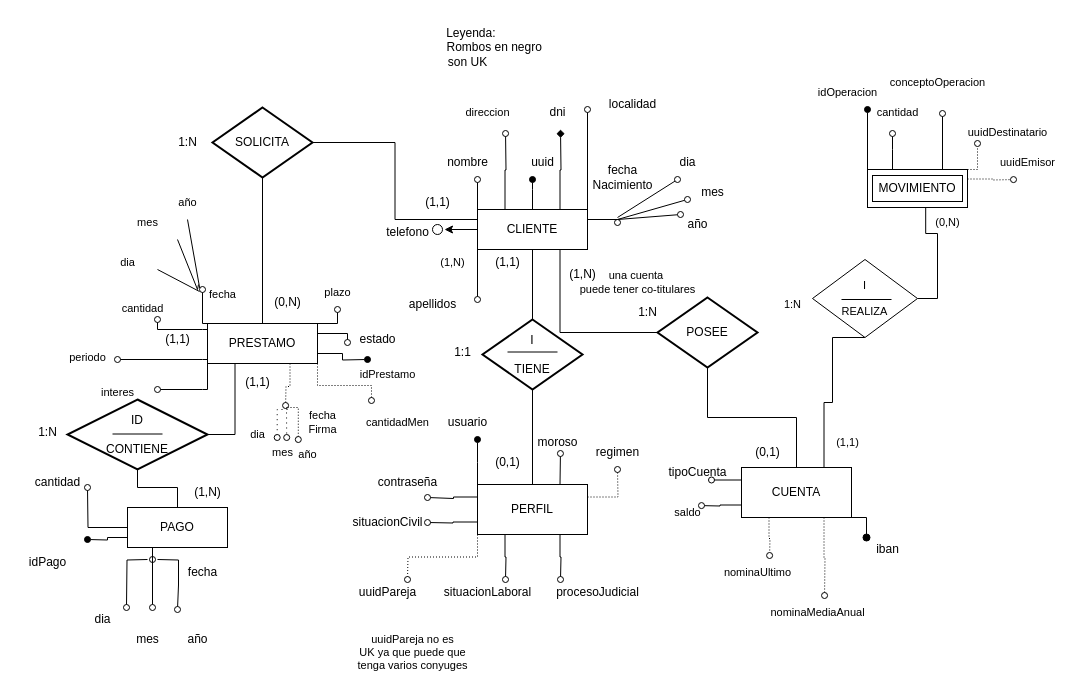
Above: DIAGRAMA ER.drawio in Kangelx/Equipo3 (draw.io), before the change. Source tidied: cells renumbered, new cells numbered last; positions are measured from the earlier drawing's top-left corner, leaving out a move shared by most shapes. Both pictures are drawn from the tidied source at 100%, with x=0, y=0 at pixel (17, 17).
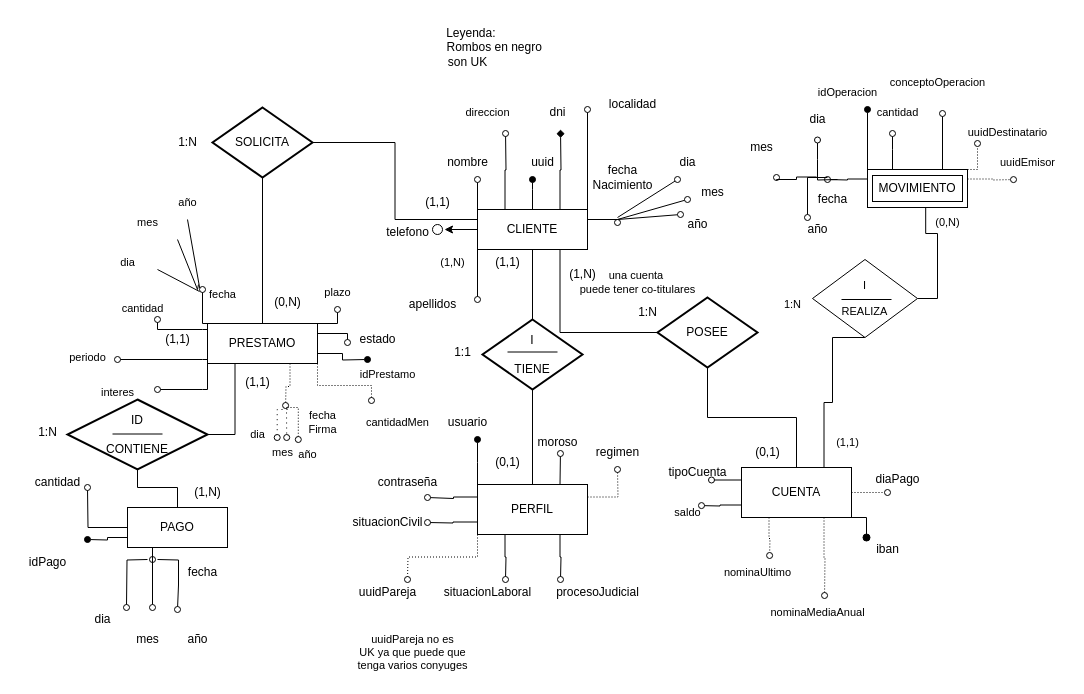
Above is the later version.

Unchanged cells that the change refers to:
```xml
<mxCell id="59" value="CUENTA" style="html=1;whiteSpace=wrap;" parent="1" vertex="1">
  <mxGeometry x="724" y="450" width="110" height="50" as="geometry" />
</mxCell>
<mxCell id="77" value="MOVIMIENTO" style="html=1;whiteSpace=wrap;" parent="1" vertex="1">
  <mxGeometry x="850" y="152" width="100" height="38" as="geometry" />
</mxCell>
```

Diff of the diagram source:
```diff
@@
+    <mxCell id="148" style="edgeStyle=orthogonalEdgeStyle;rounded=0;jettySize=auto;html=1;exitX=0;exitY=0.25;exitDx=0;exitDy=0;endArrow=oval;endFill=0;" parent="1" edge="1" source="77">
+      <mxGeometry relative="1" as="geometry">
+        <mxPoint x="810" y="162" as="targetPoint" />
+      </mxGeometry>
+    </mxCell>
@@
+    <mxCell id="149" value="fecha" style="text;html=1;align=center;verticalAlign=middle;strokeColor=none;fillColor=none;" parent="1" vertex="1">
+      <mxGeometry x="795" y="172" width="40" height="20" as="geometry" />
+    </mxCell>
+    <mxCell id="150" style="edgeStyle=orthogonalEdgeStyle;rounded=0;orthogonalLoop=1;jettySize=auto;html=1;endArrow=oval;endFill=0;" parent="1" edge="1">
+      <mxGeometry relative="1" as="geometry">
+        <mxPoint x="810" y="160" as="sourcePoint" />
+        <mxPoint x="790" y="200" as="targetPoint" />
+        <Array as="points">
+          <mxPoint x="790" y="160" />
+          <mxPoint x="790" y="200" />
+        </Array>
+      </mxGeometry>
+    </mxCell>
+    <mxCell id="151" value="año" style="text;html=1;align=center;verticalAlign=middle;strokeColor=none;fillColor=none;" parent="1" vertex="1">
+      <mxGeometry x="780" y="202" width="40" height="20" as="geometry" />
+    </mxCell>
+    <mxCell id="152" style="edgeStyle=orthogonalEdgeStyle;rounded=0;orthogonalLoop=1;jettySize=auto;html=1;endArrow=oval;endFill=0;" parent="1" edge="1">
+      <mxGeometry relative="1" as="geometry">
+        <mxPoint x="820" y="162" as="sourcePoint" />
+        <mxPoint x="800" y="122.5" as="targetPoint" />
+      </mxGeometry>
+    </mxCell>
+    <mxCell id="153" style="edgeStyle=orthogonalEdgeStyle;rounded=0;orthogonalLoop=1;jettySize=auto;html=1;exitX=0;exitY=0.25;exitDx=0;exitDy=0;endArrow=oval;endFill=0;" parent="1" edge="1">
+      <mxGeometry relative="1" as="geometry">
+        <mxPoint x="799" y="159.5" as="sourcePoint" />
+        <mxPoint x="759" y="160" as="targetPoint" />
+        <Array as="points">
+          <mxPoint x="779" y="160" />
+          <mxPoint x="779" y="162" />
+          <mxPoint x="759" y="162" />
+        </Array>
+      </mxGeometry>
+    </mxCell>
+    <mxCell id="154" value="mes" style="text;html=1;align=center;verticalAlign=middle;strokeColor=none;fillColor=none;" parent="1" vertex="1">
+      <mxGeometry x="724" y="120" width="40" height="20" as="geometry" />
+    </mxCell>
+    <mxCell id="155" value="dia" style="text;html=1;align=center;verticalAlign=middle;strokeColor=none;fillColor=none;" parent="1" vertex="1">
+      <mxGeometry x="785" y="92" width="30" height="20" as="geometry" />
+    </mxCell>
+    <mxCell id="156" style="edgeStyle=orthogonalEdgeStyle;rounded=0;jettySize=auto;html=1;exitX=1;exitY=0.5;exitDx=0;exitDy=0;endArrow=oval;endFill=0;dashed=1;dashPattern=1 2;" parent="1" edge="1" source="59">
+      <mxGeometry relative="1" as="geometry">
+        <mxPoint x="870" y="475" as="targetPoint" />
+      </mxGeometry>
+    </mxCell>
+    <mxCell id="157" value="diaPago" style="text;html=1;align=center;verticalAlign=middle;strokeColor=none;fillColor=none;" parent="1" vertex="1">
+      <mxGeometry x="850" y="452" width="60" height="20" as="geometry" />
+    </mxCell>
```
